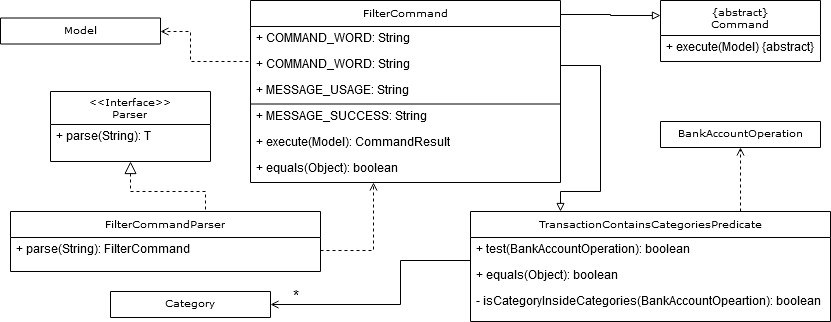
Before: docs/images/FilterClassDiagram.png, a diagram exported from draw.io (nus-cs2103-AY1920S1/addressbook-level3). Source tidied: cells renumbered, new cells last; positions are measured from the earlier drawing's top-left corner, leaving out a move shared by most shapes.
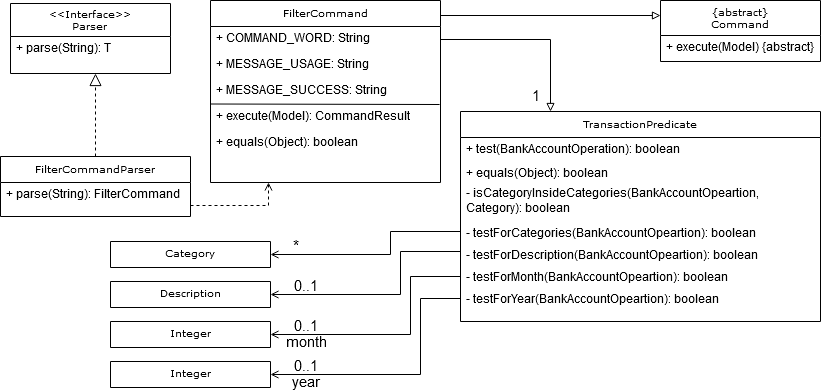
The same file after the commit.

What changed in the source:
```diff
@@ -9,117 +9,160 @@
       <mxGeometry y="35" width="160" height="26" as="geometry" />
     </mxCell>
     <mxCell id="4" style="edgeStyle=orthogonalEdgeStyle;rounded=0;jettySize=auto;html=1;exitX=1;exitY=0.077;exitDx=0;exitDy=0;entryX=0;entryY=0.25;entryDx=0;entryDy=0;endArrow=block;endFill=0;exitPerimeter=0;" parent="1" edge="1" source="5" target="2">
-      <mxGeometry relative="1" as="geometry" />
+      <mxGeometry relative="1" as="geometry">
+        <Array as="points">
+          <mxPoint x="440" y="15" />
+        </Array>
+      </mxGeometry>
     </mxCell>
     <mxCell id="5" value="FilterCommand" style="swimlane;html=1;fontStyle=0;horizontal=1;startSize=26;fillColor=none;swimlaneFillColor=#ffffff;rounded=0;shadow=0;comic=0;labelBackgroundColor=none;strokeColor=#000000;strokeWidth=1;fontFamily=Verdana;fontSize=10;fontColor=#000000;align=center;" parent="1" vertex="1">
-      <mxGeometry x="250" width="310" height="182" as="geometry" />
+      <mxGeometry x="210" width="230" height="182" as="geometry" />
     </mxCell>
     <mxCell id="6" value="+ COMMAND_WORD: String" style="text;html=1;strokeColor=none;fillColor=none;align=left;verticalAlign=top;spacingLeft=4;spacingRight=4;whiteSpace=wrap;overflow=hidden;points=[[0,0.5],[1,0.5]];portConstraint=eastwest;" parent="5" vertex="1">
-      <mxGeometry y="26" width="310" height="26" as="geometry" />
+      <mxGeometry y="26" width="230" height="26" as="geometry" />
     </mxCell>
-    <mxCell id="7" value="+ COMMAND_WORD: String" style="text;html=1;strokeColor=none;fillColor=none;align=left;verticalAlign=top;spacingLeft=4;spacingRight=4;whiteSpace=wrap;overflow=hidden;points=[[0,0.5],[1,0.5]];portConstraint=eastwest;" parent="5" vertex="1">
-      <mxGeometry y="52" width="310" height="26" as="geometry" />
+    <mxCell id="7" value="+ MESSAGE_USAGE: String" style="text;html=1;strokeColor=none;fillColor=none;align=left;verticalAlign=top;spacingLeft=4;spacingRight=4;whiteSpace=wrap;overflow=hidden;points=[[0,0.5],[1,0.5]];portConstraint=eastwest;" parent="5" vertex="1">
+      <mxGeometry y="52" width="230" height="26" as="geometry" />
     </mxCell>
-    <mxCell id="8" value="+ MESSAGE_USAGE: String" style="text;html=1;strokeColor=none;fillColor=none;align=left;verticalAlign=top;spacingLeft=4;spacingRight=4;whiteSpace=wrap;overflow=hidden;points=[[0,0.5],[1,0.5]];portConstraint=eastwest;" parent="5" vertex="1">
-      <mxGeometry y="78" width="310" height="26" as="geometry" />
+    <mxCell id="8" value="+ MESSAGE_SUCCESS: String" style="text;html=1;strokeColor=none;fillColor=none;align=left;verticalAlign=top;spacingLeft=4;spacingRight=4;whiteSpace=wrap;overflow=hidden;points=[[0,0.5],[1,0.5]];portConstraint=eastwest;" parent="5" vertex="1">
+      <mxGeometry y="78" width="230" height="26" as="geometry" />
     </mxCell>
-    <mxCell id="9" value="+ MESSAGE_SUCCESS: String" style="text;html=1;strokeColor=none;fillColor=none;align=left;verticalAlign=top;spacingLeft=4;spacingRight=4;whiteSpace=wrap;overflow=hidden;" parent="5" vertex="1">
-      <mxGeometry y="104" width="310" height="26" as="geometry" />
-    </mxCell>
-    <mxCell id="10" style="endArrow=none;html=1;" parent="5" edge="1">
+    <mxCell id="10" style="endArrow=none;html=1;entryX=0.996;entryY=0;entryDx=0;entryDy=0;entryPerimeter=0;" parent="5" edge="1" target="11">
       <mxGeometry relative="1" as="geometry">
         <mxPoint y="103.5" as="sourcePoint" />
-        <mxPoint x="310" y="103.5" as="targetPoint" />
       </mxGeometry>
     </mxCell>
     <mxCell id="11" value="+ execute(Model): CommandResult" style="text;html=1;strokeColor=none;fillColor=none;align=left;verticalAlign=top;spacingLeft=4;spacingRight=4;whiteSpace=wrap;overflow=hidden;points=[[0,0.5],[1,0.5]];portConstraint=eastwest;" parent="5" vertex="1">
-      <mxGeometry y="130" width="310" height="26" as="geometry" />
+      <mxGeometry y="104" width="230" height="26" as="geometry" />
     </mxCell>
     <mxCell id="12" value="+ equals(Object): boolean" style="text;html=1;strokeColor=none;fillColor=none;align=left;verticalAlign=top;spacingLeft=4;spacingRight=4;whiteSpace=wrap;overflow=hidden;points=[[0,0.5],[1,0.5]];portConstraint=eastwest;" parent="5" vertex="1">
-      <mxGeometry y="156" width="310" height="26" as="geometry" />
+      <mxGeometry y="130" width="230" height="26" as="geometry" />
     </mxCell>
     <mxCell id="13" value="&lt;div&gt;&amp;lt;&amp;lt;Interface&amp;gt;&amp;gt;&lt;/div&gt;&lt;div&gt;Parser&lt;br&gt;&lt;/div&gt;" style="swimlane;html=1;fontStyle=0;horizontal=1;startSize=33;fillColor=none;swimlaneFillColor=#ffffff;rounded=0;shadow=0;comic=0;labelBackgroundColor=none;strokeColor=#000000;strokeWidth=1;fontFamily=Verdana;fontSize=10;fontColor=#000000;align=center;" parent="1" vertex="1">
-      <mxGeometry x="50" y="91" width="160" height="70" as="geometry" />
+      <mxGeometry x="10" y="3" width="160" height="70" as="geometry" />
     </mxCell>
     <mxCell id="14" value="+ parse(String): T" style="text;html=1;strokeColor=none;fillColor=none;align=left;verticalAlign=top;spacingLeft=4;spacingRight=4;whiteSpace=wrap;overflow=hidden;" parent="13" vertex="1">
       <mxGeometry y="33" width="160" height="26" as="geometry" />
     </mxCell>
     <mxCell id="15" value="FilterCommandParser" style="swimlane;html=1;fontStyle=0;horizontal=1;startSize=26;fillColor=none;swimlaneFillColor=#ffffff;rounded=0;shadow=0;comic=0;labelBackgroundColor=none;strokeColor=#000000;strokeWidth=1;fontFamily=Verdana;fontSize=10;fontColor=#000000;align=center;" parent="1" vertex="1">
-      <mxGeometry x="10" y="211" width="310" height="60" as="geometry" />
+      <mxGeometry y="156" width="190" height="60" as="geometry" />
     </mxCell>
     <mxCell id="16" value="+ parse(String): FilterCommand" style="text;html=1;strokeColor=none;fillColor=none;align=left;verticalAlign=top;spacingLeft=4;spacingRight=4;whiteSpace=wrap;overflow=hidden;points=[[0,0.5],[1,0.5]];portConstraint=eastwest;" parent="15" vertex="1">
-      <mxGeometry y="26" width="310" height="26" as="geometry" />
+      <mxGeometry y="26" width="190" height="26" as="geometry" />
     </mxCell>
-    <mxCell id="17" style="edgeStyle=orthogonalEdgeStyle;rounded=0;html=1;dashed=1;labelBackgroundColor=none;startFill=0;endArrow=block;endFill=0;endSize=10;fontFamily=Verdana;fontSize=10;exitX=0.5;exitY=0;exitDx=0;exitDy=0;entryX=0.5;entryY=1;entryDx=0;entryDy=0;" parent="1" edge="1" source="15" target="13">
+    <mxCell id="17" style="edgeStyle=orthogonalEdgeStyle;rounded=0;html=1;dashed=1;labelBackgroundColor=none;startFill=0;endArrow=block;endFill=0;endSize=10;fontFamily=Verdana;fontSize=10;exitX=0.5;exitY=0;exitDx=0;exitDy=0;" parent="1" edge="1" source="15">
       <mxGeometry relative="1" as="geometry">
+        <mxPoint x="95" y="73" as="targetPoint" />
         <Array as="points">
-          <mxPoint x="205" y="191" />
-          <mxPoint x="130" y="191" />
+          <mxPoint x="95" y="73" />
         </Array>
       </mxGeometry>
     </mxCell>
-    <mxCell id="18" value="TransactionContainsCategoriesPredicate" style="swimlane;html=1;fontStyle=0;horizontal=1;startSize=26;fillColor=none;swimlaneFillColor=#ffffff;rounded=0;shadow=0;comic=0;labelBackgroundColor=none;strokeColor=#000000;strokeWidth=1;fontFamily=Verdana;fontSize=10;fontColor=#000000;align=center;" parent="1" vertex="1">
-      <mxGeometry x="470" y="211" width="360" height="110" as="geometry" />
+    <mxCell id="18" value="TransactionPredicate" style="swimlane;html=1;fontStyle=0;horizontal=1;startSize=26;fillColor=none;swimlaneFillColor=#ffffff;rounded=0;shadow=0;comic=0;labelBackgroundColor=none;strokeColor=#000000;strokeWidth=1;fontFamily=Verdana;fontSize=10;fontColor=#000000;align=center;" parent="1" vertex="1">
+      <mxGeometry x="460" y="111" width="360" height="210" as="geometry" />
     </mxCell>
     <mxCell id="19" value="+ test(BankAccountOperation): boolean" style="text;html=1;strokeColor=none;fillColor=none;align=left;verticalAlign=top;spacingLeft=4;spacingRight=4;whiteSpace=wrap;overflow=hidden;" parent="18" vertex="1">
-      <mxGeometry y="26" width="360" height="26" as="geometry" />
+      <mxGeometry y="26" width="360" height="24" as="geometry" />
     </mxCell>
     <mxCell id="20" value="+ equals(Object): boolean" style="text;html=1;strokeColor=none;fillColor=none;align=left;verticalAlign=top;spacingLeft=4;spacingRight=4;whiteSpace=wrap;overflow=hidden;" parent="18" vertex="1">
-      <mxGeometry y="52" width="360" height="26" as="geometry" />
+      <mxGeometry y="50" width="360" height="20" as="geometry" />
     </mxCell>
-    <mxCell id="21" value="- isCategoryInsideCategories(BankAccountOpeartion): boolean" style="text;html=1;strokeColor=none;fillColor=none;align=left;verticalAlign=top;spacingLeft=4;spacingRight=4;whiteSpace=wrap;overflow=hidden;" parent="18" vertex="1">
-      <mxGeometry y="78" width="360" height="26" as="geometry" />
+    <mxCell id="21" value="- isCategoryInsideCategories(BankAccountOpeartion, Category): boolean" style="text;html=1;strokeColor=none;fillColor=none;align=left;verticalAlign=top;spacingLeft=4;spacingRight=4;whiteSpace=wrap;overflow=hidden;" parent="18" vertex="1">
+      <mxGeometry y="70" width="360" height="40" as="geometry" />
     </mxCell>
+    <mxCell id="31" value="- testForCategories(BankAccountOpeartion): boolean" style="text;html=1;strokeColor=none;fillColor=none;align=left;verticalAlign=top;spacingLeft=4;spacingRight=4;whiteSpace=wrap;overflow=hidden;" parent="18" vertex="1">
+      <mxGeometry y="110" width="360" height="22" as="geometry" />
+    </mxCell>
+    <mxCell id="32" value="- testForDescription(BankAccountOpeartion): boolean" style="text;html=1;strokeColor=none;fillColor=none;align=left;verticalAlign=top;spacingLeft=4;spacingRight=4;whiteSpace=wrap;overflow=hidden;points=[[0,0.5],[1,0.5]];portConstraint=eastwest;" parent="18" vertex="1">
+      <mxGeometry y="132" width="360" height="22" as="geometry" />
+    </mxCell>
+    <mxCell id="33" value="- testForMonth(BankAccountOpeartion): boolean" style="text;html=1;strokeColor=none;fillColor=none;align=left;verticalAlign=top;spacingLeft=4;spacingRight=4;whiteSpace=wrap;overflow=hidden;points=[[0,0.5],[1,0.5]];portConstraint=eastwest;" parent="18" vertex="1">
+      <mxGeometry y="154" width="360" height="22" as="geometry" />
+    </mxCell>
+    <mxCell id="34" value="- testForYear(BankAccountOpeartion): boolean" style="text;html=1;strokeColor=none;fillColor=none;align=left;verticalAlign=top;spacingLeft=4;spacingRight=4;whiteSpace=wrap;overflow=hidden;points=[[0,0.5],[1,0.5]];portConstraint=eastwest;" parent="18" vertex="1">
+      <mxGeometry y="176" width="360" height="22" as="geometry" />
+    </mxCell>
     <mxCell id="22" value="Category" style="swimlane;html=1;fontStyle=0;horizontal=1;startSize=26;fillColor=none;swimlaneFillColor=#ffffff;rounded=0;shadow=0;comic=0;labelBackgroundColor=none;strokeColor=#000000;strokeWidth=1;fontFamily=Verdana;fontSize=10;fontColor=#000000;align=center;" parent="1" vertex="1">
-      <mxGeometry x="110" y="291" width="160" height="26" as="geometry" />
+      <mxGeometry x="110" y="241" width="160" height="26" as="geometry" />
     </mxCell>
-    <mxCell id="23" style="edgeStyle=orthogonalEdgeStyle;rounded=0;jettySize=auto;html=1;entryX=1;entryY=0.5;entryDx=0;entryDy=0;endArrow=open;endFill=0;" parent="1" edge="1" source="18" target="22">
+    <mxCell id="23" style="edgeStyle=orthogonalEdgeStyle;rounded=0;jettySize=auto;html=1;entryX=1;entryY=0.5;entryDx=0;entryDy=0;endArrow=open;endFill=0;" parent="1" edge="1" target="22">
       <mxGeometry relative="1" as="geometry">
+        <mxPoint x="460" y="231" as="sourcePoint" />
         <Array as="points">
-          <mxPoint x="400" y="260" />
-          <mxPoint x="400" y="304" />
+          <mxPoint x="390" y="231" />
+          <mxPoint x="390" y="254" />
         </Array>
       </mxGeometry>
     </mxCell>
     <mxCell id="24" value="*" style="text;html=1;strokeColor=none;fillColor=none;align=center;verticalAlign=middle;whiteSpace=wrap;rounded=0;fontSize=15;" parent="1" vertex="1">
-      <mxGeometry x="280" y="291" width="30" height="10" as="geometry" />
+      <mxGeometry x="280" y="241" width="30" height="10" as="geometry" />
     </mxCell>
-    <mxCell id="25" style="edgeStyle=orthogonalEdgeStyle;rounded=0;jettySize=auto;html=1;entryX=0.25;entryY=0;entryDx=0;entryDy=0;endArrow=block;endFill=0;exitX=1;exitY=0.5;exitDx=0;exitDy=0;" parent="1" edge="1" source="8" target="18">
+    <mxCell id="25" style="edgeStyle=orthogonalEdgeStyle;rounded=0;jettySize=auto;html=1;entryX=0.25;entryY=0;entryDx=0;entryDy=0;endArrow=block;endFill=0;exitX=1;exitY=0.5;exitDx=0;exitDy=0;" parent="1" edge="1" source="6" target="18">
       <mxGeometry relative="1" as="geometry">
         <Array as="points">
-          <mxPoint x="560" y="65" />
-          <mxPoint x="600" y="65" />
-          <mxPoint x="600" y="191" />
-          <mxPoint x="560" y="191" />
+          <mxPoint x="550" y="39" />
         </Array>
       </mxGeometry>
     </mxCell>
-    <mxCell id="26" style="edgeStyle=orthogonalEdgeStyle;rounded=0;jettySize=auto;html=1;exitX=1;exitY=0.5;exitDx=0;exitDy=0;endArrow=open;endFill=0;fontSize=15;entryX=0.397;entryY=1;entryDx=0;entryDy=0;entryPerimeter=0;dashed=1;" parent="1" edge="1" source="16" target="12">
-      <mxGeometry relative="1" as="geometry" />
+    <mxCell id="26" style="edgeStyle=orthogonalEdgeStyle;rounded=0;jettySize=auto;html=1;endArrow=open;endFill=0;fontSize=15;dashed=1;entryX=0.25;entryY=1;entryDx=0;entryDy=0;" parent="1" edge="1" target="5">
+      <mxGeometry relative="1" as="geometry">
+        <mxPoint x="190" y="205" as="sourcePoint" />
+        <Array as="points">
+          <mxPoint x="268" y="205" />
+        </Array>
+      </mxGeometry>
     </mxCell>
-    <mxCell id="27" value="BankAccountOperation" style="swimlane;html=1;fontStyle=0;horizontal=1;startSize=26;fillColor=none;swimlaneFillColor=#ffffff;rounded=0;shadow=0;comic=0;labelBackgroundColor=none;strokeColor=#000000;strokeWidth=1;fontFamily=Verdana;fontSize=10;fontColor=#000000;align=center;" parent="1" vertex="1">
-      <mxGeometry x="660" y="121" width="160" height="26" as="geometry" />
-    </mxCell>
-    <mxCell id="28" style="edgeStyle=orthogonalEdgeStyle;rounded=0;jettySize=auto;html=1;exitX=0.75;exitY=0;exitDx=0;exitDy=0;endArrow=open;endFill=0;fontSize=15;dashed=1;" parent="1" edge="1" source="18">
-      <mxGeometry relative="1" as="geometry">
-        <mxPoint x="740" y="147" as="targetPoint" />
-        <Array as="points">
-          <mxPoint x="740" y="171" />
-          <mxPoint x="740" y="171" />
-        </Array>
-      </mxGeometry>
-    </mxCell>
-    <mxCell id="29" value="Model" style="swimlane;html=1;fontStyle=0;horizontal=1;startSize=26;fillColor=none;swimlaneFillColor=#ffffff;rounded=0;shadow=0;comic=0;labelBackgroundColor=none;strokeColor=#000000;strokeWidth=1;fontFamily=Verdana;fontSize=10;fontColor=#000000;align=center;" parent="1" vertex="1">
-      <mxGeometry y="17.5" width="160" height="26" as="geometry" />
-    </mxCell>
-    <mxCell id="30" style="edgeStyle=orthogonalEdgeStyle;rounded=0;jettySize=auto;html=1;endArrow=open;endFill=0;fontSize=15;dashed=1;entryX=1;entryY=0.5;entryDx=0;entryDy=0;exitX=0;exitY=0.5;exitDx=0;exitDy=0;" parent="1" edge="1" source="7" target="29">
-      <mxGeometry relative="1" as="geometry">
-        <Array as="points">
-          <mxPoint x="250" y="61" />
-          <mxPoint x="190" y="61" />
-          <mxPoint x="190" y="31" />
-        </Array>
-      </mxGeometry>
-    </mxCell>
+    <mxCell id="35" value="1" style="text;html=1;strokeColor=none;fillColor=none;align=center;verticalAlign=middle;whiteSpace=wrap;rounded=0;fontSize=15;" parent="1" vertex="1">
+      <mxGeometry x="520" y="91" width="30" height="10" as="geometry" />
+    </mxCell>
+    <mxCell id="36" value="Integer" style="swimlane;html=1;fontStyle=0;horizontal=1;startSize=26;fillColor=none;swimlaneFillColor=#ffffff;rounded=0;shadow=0;comic=0;labelBackgroundColor=none;strokeColor=#000000;strokeWidth=1;fontFamily=Verdana;fontSize=10;fontColor=#000000;align=center;" parent="1" vertex="1">
+      <mxGeometry x="110" y="321" width="160" height="26" as="geometry" />
+    </mxCell>
+    <mxCell id="37" value="Integer" style="swimlane;html=1;fontStyle=0;horizontal=1;startSize=26;fillColor=none;swimlaneFillColor=#ffffff;rounded=0;shadow=0;comic=0;labelBackgroundColor=none;strokeColor=#000000;strokeWidth=1;fontFamily=Verdana;fontSize=10;fontColor=#000000;align=center;" parent="1" vertex="1">
+      <mxGeometry x="110" y="361" width="160" height="26" as="geometry" />
+    </mxCell>
+    <mxCell id="38" value="&lt;div&gt;Description&lt;/div&gt;" style="swimlane;html=1;fontStyle=0;horizontal=1;startSize=26;fillColor=none;swimlaneFillColor=#ffffff;rounded=0;shadow=0;comic=0;labelBackgroundColor=none;strokeColor=#000000;strokeWidth=1;fontFamily=Verdana;fontSize=10;fontColor=#000000;align=center;" parent="1" vertex="1">
+      <mxGeometry x="110" y="281" width="160" height="26" as="geometry" />
+    </mxCell>
+    <mxCell id="39" style="edgeStyle=orthogonalEdgeStyle;rounded=0;jettySize=auto;html=1;exitX=0;exitY=0.5;exitDx=0;exitDy=0;entryX=1;entryY=0.5;entryDx=0;entryDy=0;endArrow=open;endFill=0;" parent="1" edge="1" source="32" target="38">
+      <mxGeometry relative="1" as="geometry">
+        <Array as="points">
+          <mxPoint x="460" y="251" />
+          <mxPoint x="400" y="251" />
+          <mxPoint x="400" y="294" />
+        </Array>
+      </mxGeometry>
+    </mxCell>
+    <mxCell id="40" value="0..1" style="text;html=1;strokeColor=none;fillColor=none;align=center;verticalAlign=middle;whiteSpace=wrap;rounded=0;fontSize=15;" parent="1" vertex="1">
+      <mxGeometry x="280" y="281" width="50" height="10" as="geometry" />
+    </mxCell>
+    <mxCell id="41" style="edgeStyle=orthogonalEdgeStyle;rounded=0;jettySize=auto;html=1;exitX=0;exitY=0.5;exitDx=0;exitDy=0;endArrow=open;endFill=0;entryX=1;entryY=0.5;entryDx=0;entryDy=0;" parent="1" edge="1" source="33" target="36">
+      <mxGeometry relative="1" as="geometry">
+        <Array as="points">
+          <mxPoint x="410" y="276" />
+          <mxPoint x="410" y="334" />
+        </Array>
+      </mxGeometry>
+    </mxCell>
+    <mxCell id="42" value="0..1" style="text;html=1;strokeColor=none;fillColor=none;align=center;verticalAlign=middle;whiteSpace=wrap;rounded=0;fontSize=15;" parent="1" vertex="1">
+      <mxGeometry x="280" y="321" width="50" height="10" as="geometry" />
+    </mxCell>
+    <mxCell id="43" value="month" style="text;html=1;strokeColor=none;fillColor=none;align=center;verticalAlign=middle;whiteSpace=wrap;rounded=0;fontSize=15;" parent="1" vertex="1">
+      <mxGeometry x="280" y="337" width="50" height="10" as="geometry" />
+    </mxCell>
+    <mxCell id="44" style="edgeStyle=orthogonalEdgeStyle;rounded=0;jettySize=auto;html=1;exitX=0;exitY=0.5;exitDx=0;exitDy=0;entryX=1;entryY=0.5;entryDx=0;entryDy=0;endArrow=open;endFill=0;" parent="1" edge="1" source="34" target="37">
+      <mxGeometry relative="1" as="geometry">
+        <Array as="points">
+          <mxPoint x="420" y="298" />
+          <mxPoint x="420" y="374" />
+        </Array>
+      </mxGeometry>
+    </mxCell>
+    <mxCell id="45" value="0..1" style="text;html=1;strokeColor=none;fillColor=none;align=center;verticalAlign=middle;whiteSpace=wrap;rounded=0;fontSize=15;" parent="1" vertex="1">
+      <mxGeometry x="280" y="361" width="50" height="10" as="geometry" />
+    </mxCell>
+    <mxCell id="46" value="year" style="text;html=1;strokeColor=none;fillColor=none;align=center;verticalAlign=middle;whiteSpace=wrap;rounded=0;fontSize=15;" parent="1" vertex="1">
+      <mxGeometry x="280" y="377" width="50" height="10" as="geometry" />
+    </mxCell>
   </root>
 </mxGraphModel>
```
